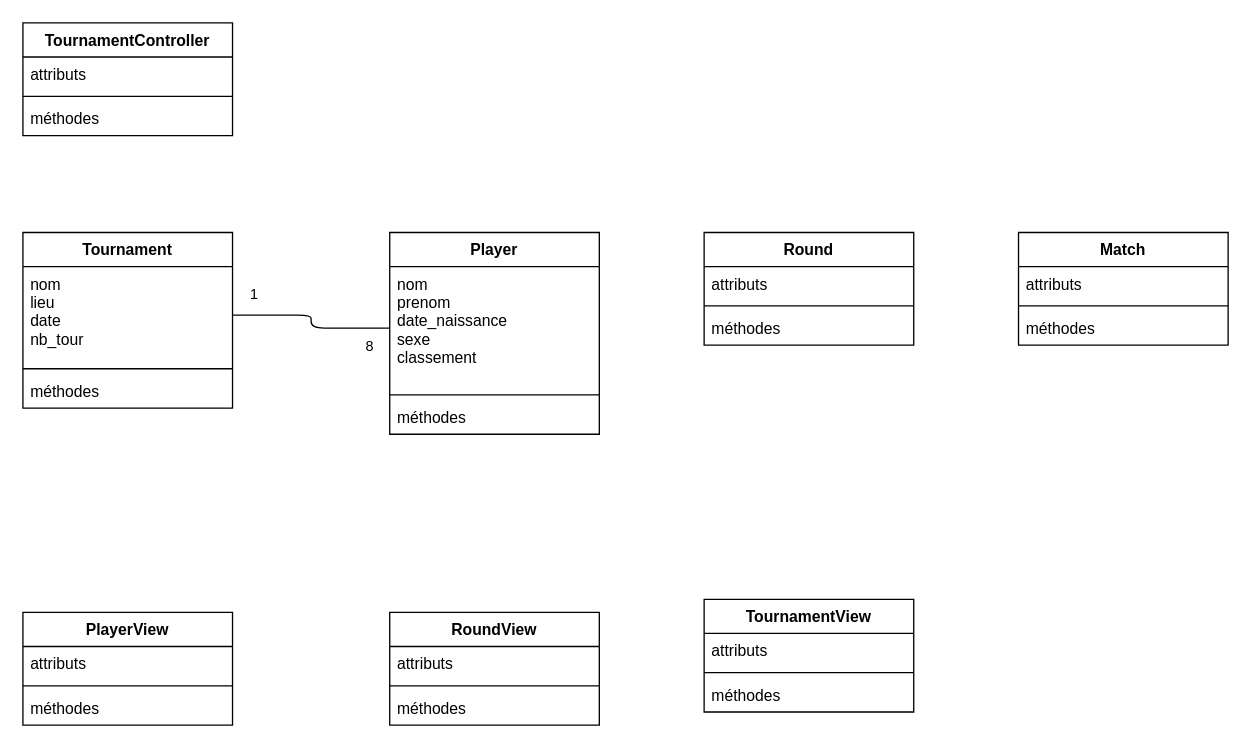
Earlier version of the draw.io diagram diag_class.drawio (seah78/P4). Source tidied: cells renumbered, new cells numbered last; positions are measured from the earlier drawing's top-left corner, leaving out a move shared by most shapes. Both pictures are drawn from the tidied source at 131%, with x=0, y=0 at pixel (22, 22).
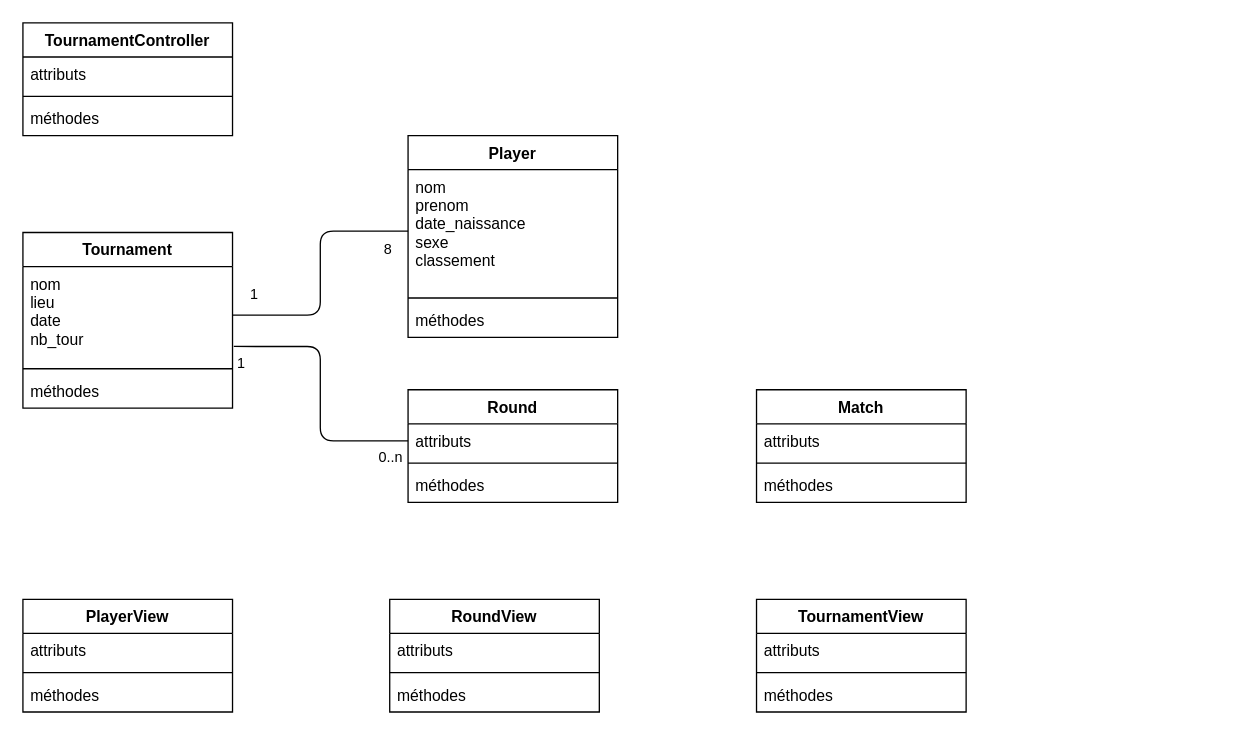
The same diagram, later.

Unchanged cells that the change refers to:
```xml
<mxCell id="7" value="attributs" style="text;strokeColor=none;fillColor=none;align=left;verticalAlign=top;spacingLeft=4;spacingRight=4;overflow=hidden;points=[[0,0.5],[1,0.5]];portConstraint=eastwest;" parent="6" vertex="1">
  <mxGeometry y="26" width="160" height="26" as="geometry" />
</mxCell>
<mxCell id="23" value="nom&#10;lieu&#10;date&#10;nb_tour&#10;" style="text;strokeColor=none;fillColor=none;align=left;verticalAlign=top;spacingLeft=4;spacingRight=4;overflow=hidden;points=[[0,0.5],[1,0.5]];portConstraint=eastwest;" parent="22" vertex="1">
  <mxGeometry y="26" width="160" height="74" as="geometry" />
</mxCell>
```

The edit, as a diff of the source:
```diff
@@
     <mxCell id="6" value="Round" style="swimlane;fontStyle=1;align=center;verticalAlign=top;horizontal=1;startSize=26;" parent="1" vertex="1">
-      <mxGeometry x="520" y="160" width="160" height="86" as="geometry" />
+      <mxGeometry x="294" y="280" width="160" height="86" as="geometry" />
     </mxCell>
@@
     <mxCell id="10" value="Player" style="swimlane;fontStyle=1;align=center;verticalAlign=top;horizontal=1;startSize=26;" parent="1" vertex="1">
-      <mxGeometry x="280" y="160" width="160" height="154" as="geometry" />
+      <mxGeometry x="294" y="86" width="160" height="154" as="geometry" />
     </mxCell>
@@
     <mxCell id="14" value="Match" style="swimlane;fontStyle=1;align=center;verticalAlign=top;horizontal=1;startSize=26;" parent="1" vertex="1">
-      <mxGeometry x="760" y="160" width="160" height="86" as="geometry" />
+      <mxGeometry x="560" y="280" width="160" height="86" as="geometry" />
     </mxCell>
@@
     <mxCell id="18" value="PlayerView" style="swimlane;fontStyle=1;align=center;verticalAlign=top;horizontal=1;startSize=26;" parent="1" vertex="1">
-      <mxGeometry y="450" width="160" height="86" as="geometry" />
+      <mxGeometry y="440" width="160" height="86" as="geometry" />
     </mxCell>
@@
     <mxCell id="26" value="RoundView" style="swimlane;fontStyle=1;align=center;verticalAlign=top;horizontal=1;startSize=26;" parent="1" vertex="1">
-      <mxGeometry x="280" y="450" width="160" height="86" as="geometry" />
+      <mxGeometry x="280" y="440" width="160" height="86" as="geometry" />
     </mxCell>
@@
     <mxCell id="30" value="TournamentView" style="swimlane;fontStyle=1;align=center;verticalAlign=top;horizontal=1;startSize=26;" parent="1" vertex="1">
-      <mxGeometry x="520" y="440" width="160" height="86" as="geometry" />
+      <mxGeometry x="560" y="440" width="160" height="86" as="geometry" />
     </mxCell>
@@
+    <mxCell id="37" style="endArrow=none;html=1;endSize=12;startArrow=none;startSize=14;startFill=0;edgeStyle=orthogonalEdgeStyle;entryX=1.006;entryY=0.824;entryDx=0;entryDy=0;entryPerimeter=0;exitX=0;exitY=0.5;exitDx=0;exitDy=0;endFill=0;" parent="1" edge="1" source="7" target="23">
+      <mxGeometry relative="1" as="geometry" />
+    </mxCell>
+    <mxCell id="38" value="0..n" style="edgeLabel;html=1;align=left;verticalAlign=top;" parent="37" vertex="1">
+      <mxGeometry x="-1" relative="1" as="geometry">
+        <mxPoint x="-24" as="offset" />
+      </mxGeometry>
+    </mxCell>
+    <mxCell id="39" value="1" style="edgeLabel;html=1;align=right;verticalAlign=top;" parent="37" vertex="1">
+      <mxGeometry x="1" relative="1" as="geometry">
+        <mxPoint x="9" as="offset" />
+      </mxGeometry>
+    </mxCell>
```
